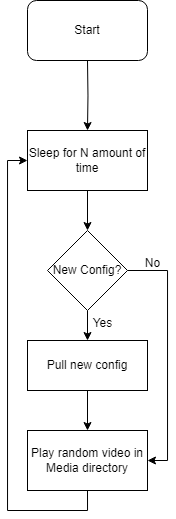
The draw.io diagram src/client.drawio.png in exersalza/move-alarm, before a commit. Source tidied: cells renumbered, new cells last; positions are measured from the earlier drawing's top-left corner, leaving out a move shared by most shapes.
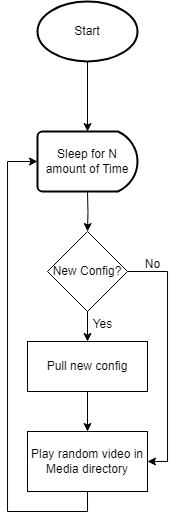
After the change.

Diff of the diagram source:
```diff
@@ -2,17 +2,17 @@
   <root>
     <mxCell id="0" />
     <mxCell id="1" parent="0" />
-    <mxCell id="2" style="edgeStyle=orthogonalEdgeStyle;rounded=0;jettySize=auto;html=1;exitX=0.5;exitY=1;exitDx=0;exitDy=0;entryX=0.5;entryY=0;entryDx=0;entryDy=0;" parent="1" edge="1" target="4">
+    <mxCell id="2" style="edgeStyle=orthogonalEdgeStyle;rounded=0;orthogonalLoop=1;jettySize=auto;html=1;exitX=0.5;exitY=1;exitDx=0;exitDy=0;entryX=0.5;entryY=0;entryDx=0;entryDy=0;" parent="1" edge="1">
       <mxGeometry relative="1" as="geometry">
         <mxPoint x="60" y="60" as="sourcePoint" />
+        <mxPoint x="60" y="130" as="targetPoint" />
       </mxGeometry>
     </mxCell>
-    <mxCell id="3" style="edgeStyle=orthogonalEdgeStyle;rounded=0;jettySize=auto;html=1;exitX=0.5;exitY=1;exitDx=0;exitDy=0;entryX=0.5;entryY=0;entryDx=0;entryDy=0;" parent="1" edge="1" source="4" target="7">
-      <mxGeometry relative="1" as="geometry" />
+    <mxCell id="3" style="edgeStyle=orthogonalEdgeStyle;rounded=0;jettySize=auto;html=1;exitX=0.5;exitY=1;exitDx=0;exitDy=0;entryX=0.5;entryY=0;entryDx=0;entryDy=0;" parent="1" edge="1" target="7">
+      <mxGeometry relative="1" as="geometry">
+        <mxPoint x="60" y="190" as="sourcePoint" />
+      </mxGeometry>
     </mxCell>
-    <mxCell id="4" value="Sleep for N amount of time" style="rounded=0;whiteSpace=wrap;html=1;" parent="1" vertex="1">
-      <mxGeometry y="130" width="120" height="60" as="geometry" />
-    </mxCell>
     <mxCell id="5" style="edgeStyle=orthogonalEdgeStyle;rounded=0;jettySize=auto;html=1;exitX=0.5;exitY=1;exitDx=0;exitDy=0;entryX=0.5;entryY=0;entryDx=0;entryDy=0;" parent="1" edge="1" source="7" target="9">
       <mxGeometry relative="1" as="geometry" />
     </mxCell>
@@ -28,20 +28,29 @@
     <mxCell id="9" value="Pull new config" style="rounded=0;whiteSpace=wrap;html=1;" parent="1" vertex="1">
       <mxGeometry y="340" width="120" height="50" as="geometry" />
     </mxCell>
-    <mxCell id="10" style="edgeStyle=orthogonalEdgeStyle;rounded=0;jettySize=auto;html=1;exitX=0.5;exitY=1;exitDx=0;exitDy=0;entryX=0;entryY=0.5;entryDx=0;entryDy=0;" parent="1" edge="1" source="11" target="4">
-      <mxGeometry relative="1" as="geometry" />
+    <mxCell id="10" style="edgeStyle=orthogonalEdgeStyle;rounded=0;jettySize=auto;html=1;exitX=0.5;exitY=1;exitDx=0;exitDy=0;entryX=0;entryY=0.5;entryDx=0;entryDy=0;entryPerimeter=0;" parent="1" edge="1" source="11" target="15">
+      <mxGeometry relative="1" as="geometry">
+        <Array as="points">
+          <mxPoint x="60" y="510" />
+          <mxPoint x="-20" y="510" />
+          <mxPoint x="-20" y="160" />
+        </Array>
+      </mxGeometry>
     </mxCell>
     <mxCell id="11" value="Play random video in Media directory" style="rounded=0;whiteSpace=wrap;html=1;" parent="1" vertex="1">
       <mxGeometry y="430" width="120" height="60" as="geometry" />
     </mxCell>
-    <mxCell id="12" value="Start" style="rounded=1;whiteSpace=wrap;html=1;" parent="1" vertex="1">
-      <mxGeometry width="120" height="60" as="geometry" />
-    </mxCell>
     <mxCell id="13" value="No" style="text;html=1;align=center;verticalAlign=middle;strokeColor=none;fillColor=none;" parent="1" vertex="1">
       <mxGeometry x="105" y="248" width="40" height="30" as="geometry" />
     </mxCell>
     <mxCell id="14" value="Yes" style="text;html=1;align=center;verticalAlign=middle;strokeColor=none;fillColor=none;" parent="1" vertex="1">
       <mxGeometry x="55" y="308" width="40" height="30" as="geometry" />
     </mxCell>
+    <mxCell id="15" value="Sleep for N amount of Time" style="strokeWidth=2;html=1;shape=mxgraph.flowchart.delay;whiteSpace=wrap;" parent="1" vertex="1">
+      <mxGeometry x="10" y="130" width="100" height="60" as="geometry" />
+    </mxCell>
+    <mxCell id="12" value="Start" style="strokeWidth=2;html=1;shape=mxgraph.flowchart.start_1;whiteSpace=wrap;" parent="1" vertex="1">
+      <mxGeometry x="10" width="100" height="60" as="geometry" />
+    </mxCell>
   </root>
 </mxGraphModel>
```
